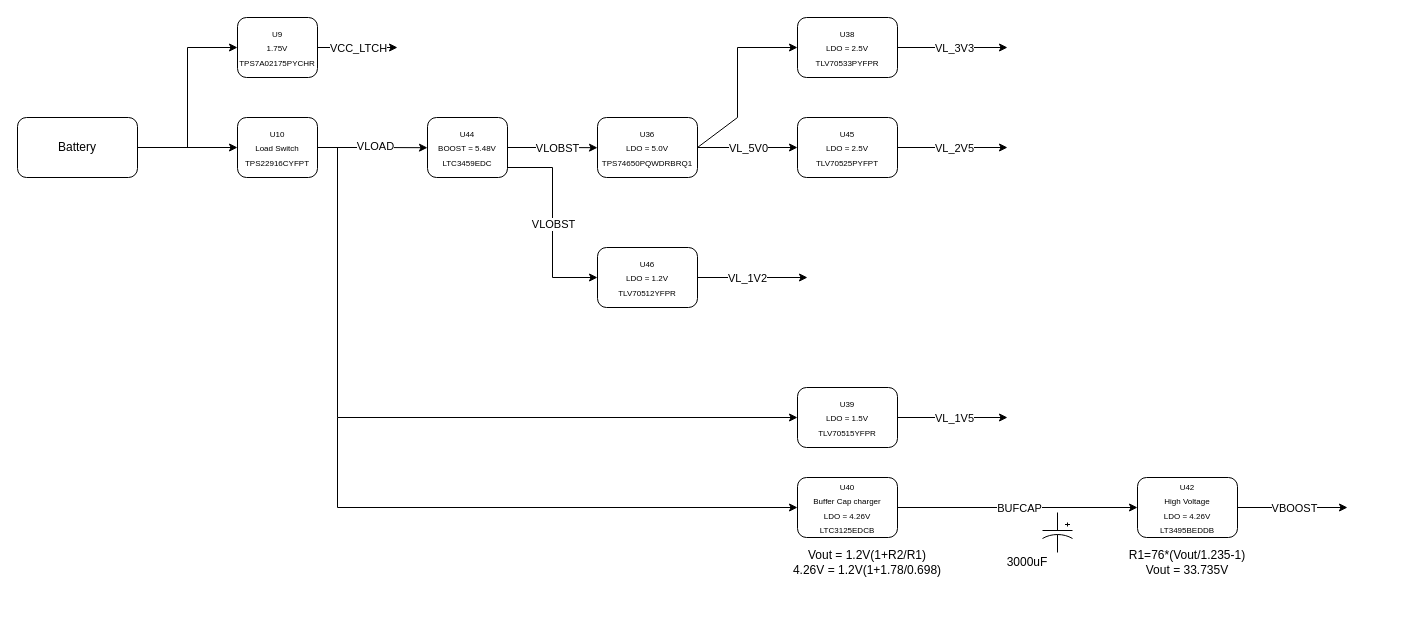
This is page "Akyva IPG" (1 of 2) of Untitled Diagram.drawio from WillGitty/Drawio-Akyva-Power, a draw.io file, before an edit. Source tidied: cells renumbered, new cells numbered last; positions are measured from the earlier drawing's top-left corner, leaving out a move shared by most shapes. Both pictures are drawn from the tidied source at 100%, with x=0, y=0 at pixel (17, 17).
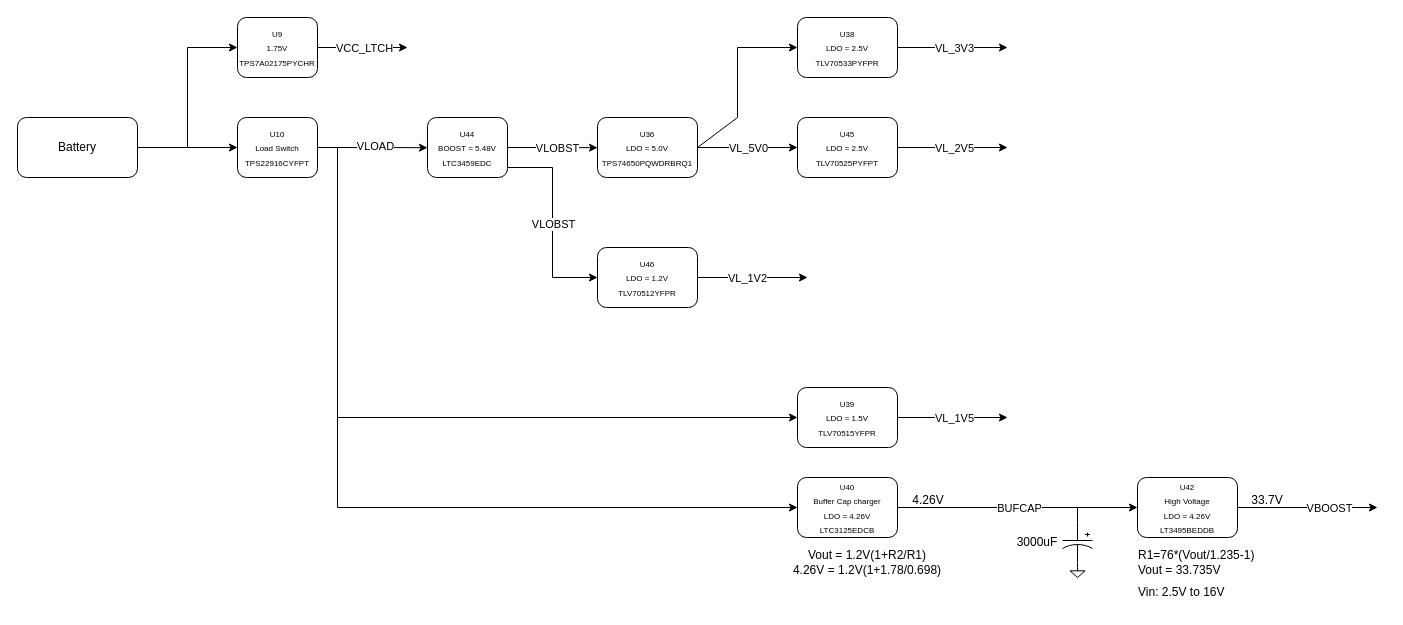
After the change.

Unchanged cells that the change refers to:
```xml
<mxCell id="4" value="&lt;font style=&quot;font-size: 8px;&quot;&gt;U9&lt;/font&gt;&lt;div&gt;&lt;font style=&quot;font-size: 8px;&quot;&gt;1.75V&lt;br&gt;&lt;/font&gt;&lt;div&gt;&lt;font style=&quot;font-size: 8px;&quot;&gt;TPS7A02175PYCHR&lt;/font&gt;&lt;/div&gt;&lt;/div&gt;" style="rounded=1;whiteSpace=wrap;html=1;" parent="1" vertex="1">
  <mxGeometry x="220" width="80" height="60" as="geometry" />
</mxCell>
<mxCell id="38" value="&lt;div&gt;&lt;span style=&quot;font-size: 8px;&quot;&gt;U42&lt;/span&gt;&lt;/div&gt;&lt;div&gt;&lt;span style=&quot;font-size: 8px;&quot;&gt;High Voltage&lt;/span&gt;&lt;/div&gt;&lt;div&gt;&lt;font style=&quot;font-size: 8px;&quot;&gt;LDO = 4.26V&lt;br&gt;&lt;/font&gt;&lt;div&gt;&lt;span style=&quot;font-size: 8px;&quot;&gt;LT3495BEDDB&lt;/span&gt;&lt;/div&gt;&lt;/div&gt;" style="rounded=1;whiteSpace=wrap;html=1;" parent="1" vertex="1">
  <mxGeometry x="1120" y="460" width="100" height="60" as="geometry" />
</mxCell>
```

Change to the diagram source:
```diff
@@
     <mxCell id="5" style="endArrow=classic;html=1;rounded=0;exitX=1;exitY=0.5;exitDx=0;exitDy=0;" parent="1" edge="1" source="4">
       <mxGeometry relative="1" as="geometry">
-        <mxPoint x="380" y="30" as="targetPoint" />
+        <mxPoint x="390" y="30" as="targetPoint" />
       </mxGeometry>
     </mxCell>
@@
     <mxCell id="39" style="endArrow=classic;html=1;rounded=0;exitX=1;exitY=0.5;exitDx=0;exitDy=0;" parent="1" edge="1" source="38">
       <mxGeometry relative="1" as="geometry">
-        <mxPoint x="1330" y="490" as="targetPoint" />
+        <mxPoint x="1360" y="490" as="targetPoint" />
       </mxGeometry>
     </mxCell>
     <mxCell id="40" value="VBOOST" style="edgeLabel;html=1;align=center;verticalAlign=middle;" parent="39" vertex="1">
-      <mxGeometry x="0.01" relative="1" as="geometry" />
+      <mxGeometry x="0.01" relative="1" as="geometry">
+        <mxPoint x="20" as="offset" />
+      </mxGeometry>
     </mxCell>
-    <mxCell id="41" value="R1=76*(Vout/1.235-1)&lt;div&gt;Vout = 33.735V&lt;/div&gt;" style="text;html=1;align=center;verticalAlign=middle;whiteSpace=wrap;rounded=0;" parent="1" vertex="1">
-      <mxGeometry x="1090" y="530" width="160" height="30" as="geometry" />
+    <mxCell id="41" value="R1=76*(Vout/1.235-1)&lt;div&gt;Vout = 33.735V&lt;/div&gt;" style="text;html=1;align=left;verticalAlign=middle;whiteSpace=wrap;rounded=0;" parent="1" vertex="1">
+      <mxGeometry x="1119" y="530" width="160" height="30" as="geometry" />
     </mxCell>
     <mxCell id="42" style="verticalLabelPosition=bottom;shadow=0;dashed=0;align=center;html=1;verticalAlign=top;shape=mxgraph.electrical.capacitors.capacitor_3;rotation=90;" parent="1" vertex="1">
-      <mxGeometry x="1020" y="500" width="40" height="30" as="geometry" />
+      <mxGeometry x="1040" y="510" width="40" height="30" as="geometry" />
     </mxCell>
     <mxCell id="43" value="3000uF" style="text;html=1;align=center;verticalAlign=middle;whiteSpace=wrap;rounded=0;" parent="1" vertex="1">
-      <mxGeometry x="970" y="530" width="80" height="30" as="geometry" />
+      <mxGeometry x="980" y="510" width="80" height="30" as="geometry" />
     </mxCell>
+    <mxCell id="44" style="verticalLabelPosition=bottom;shadow=0;dashed=0;align=center;html=1;verticalAlign=top;shape=mxgraph.electrical.signal_sources.signal_ground;" parent="1" vertex="1">
+      <mxGeometry x="1052.5" y="550" width="15" height="10" as="geometry" />
+    </mxCell>
+    <mxCell id="45" style="endArrow=none;html=1;rounded=0;entryX=1;entryY=0.5;entryDx=0;entryDy=0;entryPerimeter=0;exitX=0.5;exitY=0;exitDx=0;exitDy=0;exitPerimeter=0;" parent="1" edge="1" source="44" target="42">
+      <mxGeometry relative="1" as="geometry" />
+    </mxCell>
+    <mxCell id="46" style="endArrow=none;html=1;rounded=0;exitX=0;exitY=0.5;exitDx=0;exitDy=0;exitPerimeter=0;" parent="1" edge="1" source="42">
+      <mxGeometry relative="1" as="geometry">
+        <mxPoint x="1060" y="490" as="targetPoint" />
+      </mxGeometry>
+    </mxCell>
+    <mxCell id="47" value="4.26V" style="text;html=1;align=center;verticalAlign=middle;whiteSpace=wrap;rounded=0;" parent="1" vertex="1">
+      <mxGeometry x="891" y="468" width="40" height="30" as="geometry" />
+    </mxCell>
+    <mxCell id="48" value="33.7V" style="text;html=1;align=center;verticalAlign=middle;whiteSpace=wrap;rounded=0;" parent="1" vertex="1">
+      <mxGeometry x="1230" y="468" width="40" height="30" as="geometry" />
+    </mxCell>
+    <mxCell id="49" value="Vin: 2.5V to 16V" style="text;html=1;align=left;verticalAlign=middle;whiteSpace=wrap;rounded=0;" parent="1" vertex="1">
+      <mxGeometry x="1119" y="560" width="110" height="30" as="geometry" />
+    </mxCell>
```
